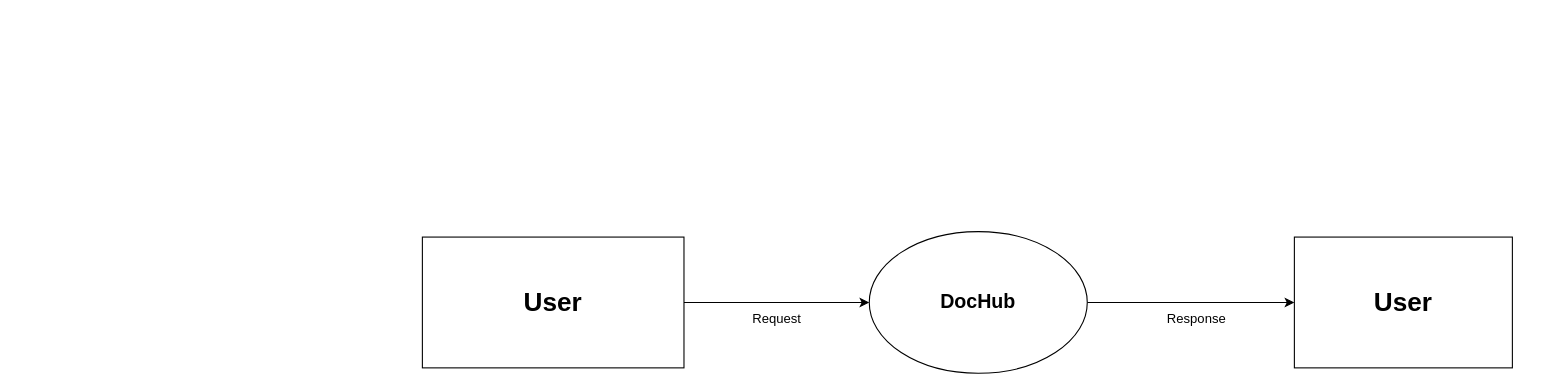
Above: docs/dfd-level-0.drawio in Nithinvp11/DocHub (draw.io), before the change. Source tidied: cells renumbered, new cells numbered last; positions are measured from the earlier drawing's top-left corner, leaving out a move shared by most shapes. Both pictures are drawn from the tidied source at 109%, with x=0, y=0 at pixel (422, 231).
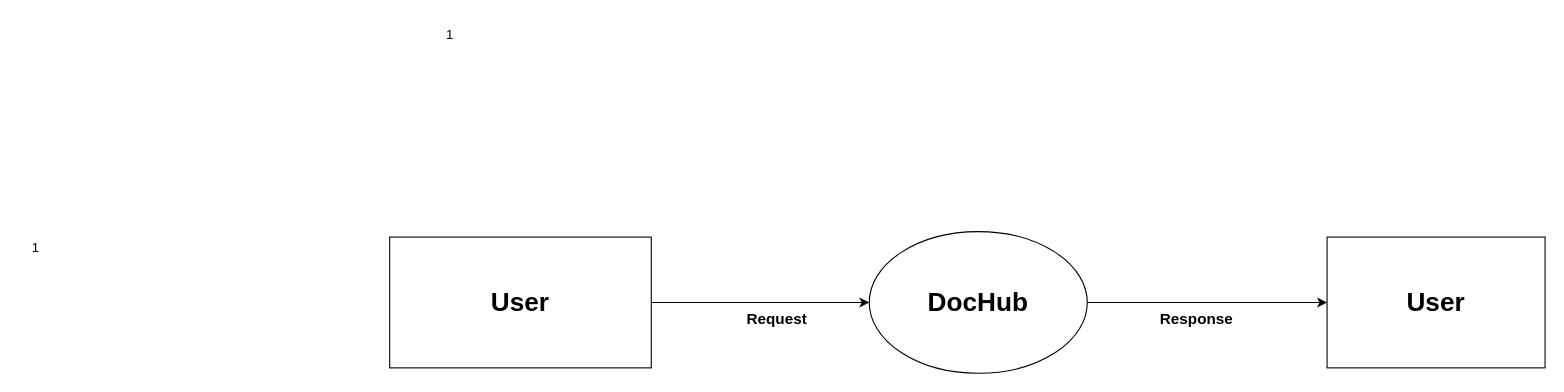
After the change.

Diff of the diagram source:
```diff
@@
 <mxGraphModel>
   <root>
     <mxCell id="0" />
     <mxCell id="1" parent="0" />
     <mxCell id="2" style="edgeStyle=none;html=1;entryX=0;entryY=0.5;entryDx=0;entryDy=0;exitX=1;exitY=0.5;exitDx=0;exitDy=0;" parent="1" edge="1" source="8" target="5">
       <mxGeometry relative="1" as="geometry" />
     </mxCell>
     <mxCell id="3" style="edgeStyle=none;html=1;entryX=0;entryY=0.5;entryDx=0;entryDy=0;exitX=1;exitY=0.5;exitDx=0;exitDy=0;" parent="1" edge="1" source="4" target="8">
       <mxGeometry relative="1" as="geometry" />
     </mxCell>
     <mxCell id="4" value="&lt;font style=&quot;font-size: 24px;&quot;&gt;User&lt;/font&gt;" style="rounded=1;whiteSpace=wrap;html=1;fillColor=#ffffff;strokeColor=#000000;fontSize=14;fontStyle=1;arcSize=0;" parent="1" vertex="1">
-      <mxGeometry y="5" width="240" height="120" as="geometry" />
+      <mxGeometry x="-30" y="5" width="240" height="120" as="geometry" />
     </mxCell>
     <mxCell id="5" value="&lt;font style=&quot;font-size: 24px;&quot;&gt;User&lt;/font&gt;" style="rounded=1;whiteSpace=wrap;html=1;fillColor=#ffffff;strokeColor=#000000;fontSize=14;fontStyle=1;arcSize=0;" parent="1" vertex="1">
-      <mxGeometry x="800" y="5" width="200" height="120" as="geometry" />
+      <mxGeometry x="830" y="5" width="200" height="120" as="geometry" />
     </mxCell>
-    <mxCell id="6" value="Request" style="text;html=1;align=center;verticalAlign=middle;strokeColor=none;fillColor=none;" parent="1" vertex="1">
-      <mxGeometry x="290" y="65" width="70" height="30" as="geometry" />
+    <mxCell id="6" value="&lt;font style=&quot;font-size: 14px;&quot;&gt;&lt;b&gt;Request&lt;/b&gt;&lt;/font&gt;" style="text;html=1;align=center;verticalAlign=middle;strokeColor=none;fillColor=none;" parent="1" vertex="1">
+      <mxGeometry x="285" y="65" width="80" height="30" as="geometry" />
     </mxCell>
-    <mxCell id="7" value="Response" style="text;html=1;align=center;verticalAlign=middle;strokeColor=none;fillColor=none;" parent="1" vertex="1">
-      <mxGeometry x="670" y="65" width="80" height="30" as="geometry" />
+    <mxCell id="7" value="&lt;font style=&quot;font-size: 14px;&quot;&gt;&lt;b&gt;Response&lt;/b&gt;&lt;/font&gt;" style="text;html=1;align=center;verticalAlign=middle;strokeColor=none;fillColor=none;" parent="1" vertex="1">
+      <mxGeometry x="665" y="65" width="90" height="30" as="geometry" />
     </mxCell>
-    <mxCell id="8" value="&lt;span style=&quot;color: rgb(0, 0, 0); font-size: 18px; font-weight: 700;&quot;&gt;DocHub&lt;/span&gt;" style="ellipse;whiteSpace=wrap;html=1;" parent="1" vertex="1">
+    <mxCell id="8" value="&lt;span style=&quot;color: rgb(0, 0, 0); font-weight: 700;&quot;&gt;&lt;font style=&quot;font-size: 24px;&quot;&gt;DocHub&lt;/font&gt;&lt;/span&gt;" style="ellipse;whiteSpace=wrap;html=1;" parent="1" vertex="1">
       <mxGeometry x="410" width="200" height="130" as="geometry" />
     </mxCell>
+    <mxCell id="9" value="1" style="text;html=1;align=center;verticalAlign=middle;strokeColor=none;fillColor=none;" parent="1" vertex="1">
+      <mxGeometry x="10" y="-195" width="30" height="30" as="geometry" />
+    </mxCell>
+    <mxCell id="10" value="1" style="text;html=1;align=center;verticalAlign=middle;strokeColor=none;fillColor=none;" parent="1" vertex="1">
+      <mxGeometry x="-370" width="30" height="30" as="geometry" />
+    </mxCell>
   </root>
 </mxGraphModel>
```
